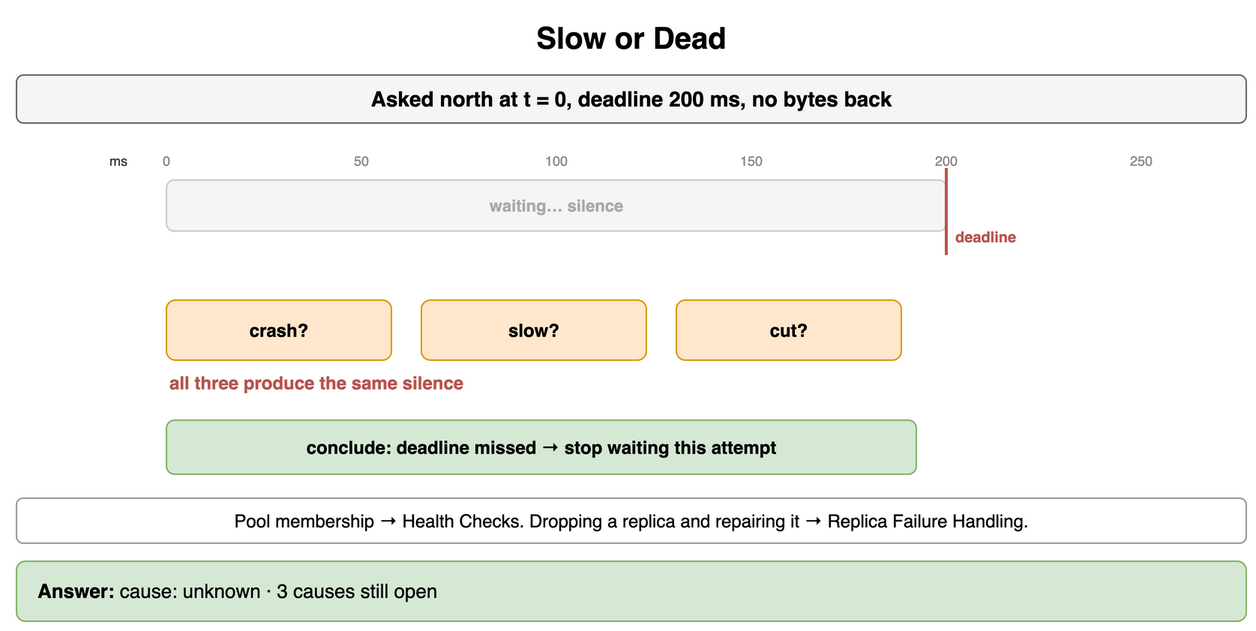
This is content/09_System_Design_Interview/15_Distributed_System_Failure_Modes/diagrams/failure-modes-drills-1-slow-or-dead.png from amendez13/swe-study-guide, a draw.io export, as it was before one commit. Source tidied: cells renumbered, new cells last; positions are measured from the earlier drawing's top-left corner, leaving out a move shared by most shapes. Source of this version:
```xml
<mxGraphModel>
  <root>
    <mxCell id="0" />
    <mxCell id="1" parent="0" />
    <mxCell id="2" value="Slow or Dead" style="text;html=1;align=center;verticalAlign=middle;whiteSpace=wrap;fontSize=20;fontStyle=1;" parent="1" vertex="1">
      <mxGeometry width="820" height="30" as="geometry" />
    </mxCell>
    <mxCell id="3" value="Asked north at t = 0, deadline 200 ms, no bytes back" style="rounded=1;whiteSpace=wrap;html=1;fillColor=#f5f5f5;strokeColor=#666666;fontStyle=1;fontSize=14;" parent="1" vertex="1">
      <mxGeometry y="40" width="820" height="32" as="geometry" />
    </mxCell>
    <mxCell id="4" value="ms" style="text;html=1;whiteSpace=wrap;fontSize=11;align=left;verticalAlign=middle;fontSize=9;fontColor=#333333;" parent="1" vertex="1">
      <mxGeometry x="60" y="90" width="30" height="14" as="geometry" />
    </mxCell>
    <mxCell id="5" value="0" style="text;html=1;whiteSpace=wrap;fontSize=11;align=center;verticalAlign=middle;fontSize=9;fontColor=#888;" parent="1" vertex="1">
      <mxGeometry x="85" y="90" width="30" height="14" as="geometry" />
    </mxCell>
    <mxCell id="6" value="50" style="text;html=1;whiteSpace=wrap;fontSize=11;align=center;verticalAlign=middle;fontSize=9;fontColor=#888;" parent="1" vertex="1">
      <mxGeometry x="215" y="90" width="30" height="14" as="geometry" />
    </mxCell>
    <mxCell id="7" value="100" style="text;html=1;whiteSpace=wrap;fontSize=11;align=center;verticalAlign=middle;fontSize=9;fontColor=#888;" parent="1" vertex="1">
      <mxGeometry x="345" y="90" width="30" height="14" as="geometry" />
    </mxCell>
    <mxCell id="8" value="150" style="text;html=1;whiteSpace=wrap;fontSize=11;align=center;verticalAlign=middle;fontSize=9;fontColor=#888;" parent="1" vertex="1">
      <mxGeometry x="475" y="90" width="30" height="14" as="geometry" />
    </mxCell>
    <mxCell id="9" value="200" style="text;html=1;whiteSpace=wrap;fontSize=11;align=center;verticalAlign=middle;fontSize=9;fontColor=#888;" parent="1" vertex="1">
      <mxGeometry x="605" y="90" width="30" height="14" as="geometry" />
    </mxCell>
    <mxCell id="10" value="250" style="text;html=1;whiteSpace=wrap;fontSize=11;align=center;verticalAlign=middle;fontSize=9;fontColor=#888;" parent="1" vertex="1">
      <mxGeometry x="735" y="90" width="30" height="14" as="geometry" />
    </mxCell>
    <mxCell id="11" value="waiting… silence" style="rounded=1;whiteSpace=wrap;html=1;fillColor=#f5f5f5;strokeColor=#cccccc;fontSize=11;align=center;fontStyle=1;fontColor=#aaaaaa;" parent="1" vertex="1">
      <mxGeometry x="100" y="110" width="520" height="34" as="geometry" />
    </mxCell>
    <mxCell id="12" style="endArrow=none;html=1;strokeColor=#b85450;strokeWidth=2;" parent="1" edge="1">
      <mxGeometry relative="1" as="geometry">
        <mxPoint x="620" y="102" as="sourcePoint" />
        <mxPoint x="620" y="160" as="targetPoint" />
      </mxGeometry>
    </mxCell>
    <mxCell id="13" value="deadline" style="text;html=1;whiteSpace=wrap;fontSize=11;align=left;verticalAlign=middle;fontSize=10;fontColor=#b85450;fontStyle=1;" parent="1" vertex="1">
      <mxGeometry x="624" y="140" width="80" height="16" as="geometry" />
    </mxCell>
    <mxCell id="14" value="crash?" style="rounded=1;whiteSpace=wrap;html=1;fillColor=#ffe6cc;strokeColor=#d79b00;fontSize=12;align=center;fontStyle=1;" parent="1" vertex="1">
      <mxGeometry x="100" y="190" width="150" height="40" as="geometry" />
    </mxCell>
    <mxCell id="15" value="slow?" style="rounded=1;whiteSpace=wrap;html=1;fillColor=#ffe6cc;strokeColor=#d79b00;fontSize=12;align=center;fontStyle=1;" parent="1" vertex="1">
      <mxGeometry x="270" y="190" width="150" height="40" as="geometry" />
    </mxCell>
    <mxCell id="16" value="cut?" style="rounded=1;whiteSpace=wrap;html=1;fillColor=#ffe6cc;strokeColor=#d79b00;fontSize=12;align=center;fontStyle=1;" parent="1" vertex="1">
      <mxGeometry x="440" y="190" width="150" height="40" as="geometry" />
    </mxCell>
    <mxCell id="17" value="all three produce the same silence" style="text;html=1;whiteSpace=wrap;fontSize=11;align=left;verticalAlign=middle;fontSize=12;fontColor=#b85450;fontStyle=1;" parent="1" vertex="1">
      <mxGeometry x="100" y="236" width="500" height="18" as="geometry" />
    </mxCell>
    <mxCell id="18" value="conclude: deadline missed → stop waiting this attempt" style="rounded=1;whiteSpace=wrap;html=1;fillColor=#d5e8d4;strokeColor=#82b366;fontSize=12;align=center;fontStyle=1;" parent="1" vertex="1">
      <mxGeometry x="100" y="270" width="500" height="36" as="geometry" />
    </mxCell>
    <mxCell id="19" value="Pool membership → Health Checks. Dropping a replica and repairing it → Replica Failure Handling." style="rounded=1;whiteSpace=wrap;html=1;fillColor=#ffffff;strokeColor=#999999;fontSize=12;align=center;" parent="1" vertex="1">
      <mxGeometry y="322" width="820" height="30" as="geometry" />
    </mxCell>
    <mxCell id="20" value="&lt;b&gt;Answer:&lt;/b&gt; cause: unknown · 3 causes still open" style="rounded=1;whiteSpace=wrap;html=1;fillColor=#d5e8d4;strokeColor=#82b366;fontSize=13;align=left;spacingLeft=12;" parent="1" vertex="1">
      <mxGeometry y="364" width="820" height="40" as="geometry" />
    </mxCell>
  </root>
</mxGraphModel>
```
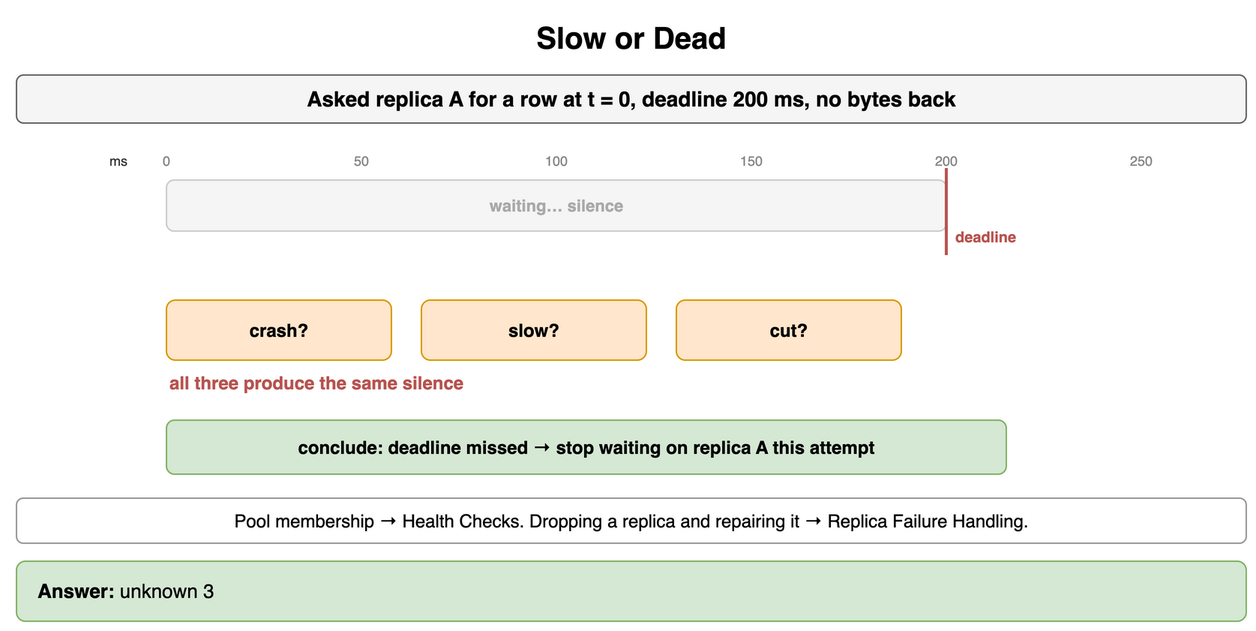
The same diagram one commit later.

Change to the diagram source:
```diff
@@ -5,7 +5,7 @@
     <mxCell id="2" value="Slow or Dead" style="text;html=1;align=center;verticalAlign=middle;whiteSpace=wrap;fontSize=20;fontStyle=1;" parent="1" vertex="1">
       <mxGeometry width="820" height="30" as="geometry" />
     </mxCell>
-    <mxCell id="3" value="Asked north at t = 0, deadline 200 ms, no bytes back" style="rounded=1;whiteSpace=wrap;html=1;fillColor=#f5f5f5;strokeColor=#666666;fontStyle=1;fontSize=14;" parent="1" vertex="1">
+    <mxCell id="3" value="Asked replica A for a row at t = 0, deadline 200 ms, no bytes back" style="rounded=1;whiteSpace=wrap;html=1;fillColor=#f5f5f5;strokeColor=#666666;fontStyle=1;fontSize=14;" parent="1" vertex="1">
       <mxGeometry y="40" width="820" height="32" as="geometry" />
     </mxCell>
     <mxCell id="4" value="ms" style="text;html=1;whiteSpace=wrap;fontSize=11;align=left;verticalAlign=middle;fontSize=9;fontColor=#333333;" parent="1" vertex="1">
@@ -53,13 +53,13 @@
     <mxCell id="17" value="all three produce the same silence" style="text;html=1;whiteSpace=wrap;fontSize=11;align=left;verticalAlign=middle;fontSize=12;fontColor=#b85450;fontStyle=1;" parent="1" vertex="1">
       <mxGeometry x="100" y="236" width="500" height="18" as="geometry" />
     </mxCell>
-    <mxCell id="18" value="conclude: deadline missed → stop waiting this attempt" style="rounded=1;whiteSpace=wrap;html=1;fillColor=#d5e8d4;strokeColor=#82b366;fontSize=12;align=center;fontStyle=1;" parent="1" vertex="1">
-      <mxGeometry x="100" y="270" width="500" height="36" as="geometry" />
+    <mxCell id="18" value="conclude: deadline missed → stop waiting on replica A this attempt" style="rounded=1;whiteSpace=wrap;html=1;fillColor=#d5e8d4;strokeColor=#82b366;fontSize=12;align=center;fontStyle=1;" parent="1" vertex="1">
+      <mxGeometry x="100" y="270" width="560" height="36" as="geometry" />
     </mxCell>
     <mxCell id="19" value="Pool membership → Health Checks. Dropping a replica and repairing it → Replica Failure Handling." style="rounded=1;whiteSpace=wrap;html=1;fillColor=#ffffff;strokeColor=#999999;fontSize=12;align=center;" parent="1" vertex="1">
       <mxGeometry y="322" width="820" height="30" as="geometry" />
     </mxCell>
-    <mxCell id="20" value="&lt;b&gt;Answer:&lt;/b&gt; cause: unknown · 3 causes still open" style="rounded=1;whiteSpace=wrap;html=1;fillColor=#d5e8d4;strokeColor=#82b366;fontSize=13;align=left;spacingLeft=12;" parent="1" vertex="1">
+    <mxCell id="20" value="&lt;b&gt;Answer:&lt;/b&gt; unknown 3" style="rounded=1;whiteSpace=wrap;html=1;fillColor=#d5e8d4;strokeColor=#82b366;fontSize=13;align=left;spacingLeft=12;" parent="1" vertex="1">
       <mxGeometry y="364" width="820" height="40" as="geometry" />
     </mxCell>
   </root>
```
